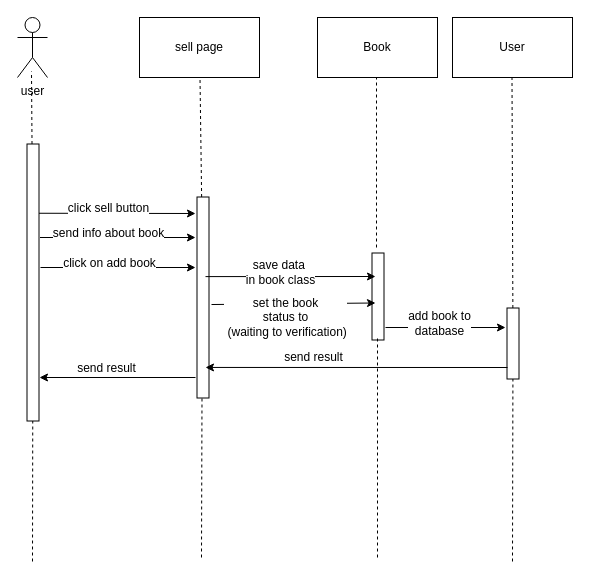
Above: Sequence Diagram/sequence-diagram-add-book-for-sell.drawio in m-bassiri/HamyarApp (draw.io), before the change. Source tidied: cells renumbered, new cells numbered last; positions are measured from the earlier drawing's top-left corner, leaving out a move shared by most shapes. Both pictures are drawn from the tidied source at 100%, with x=0, y=0 at pixel (-106, 17).
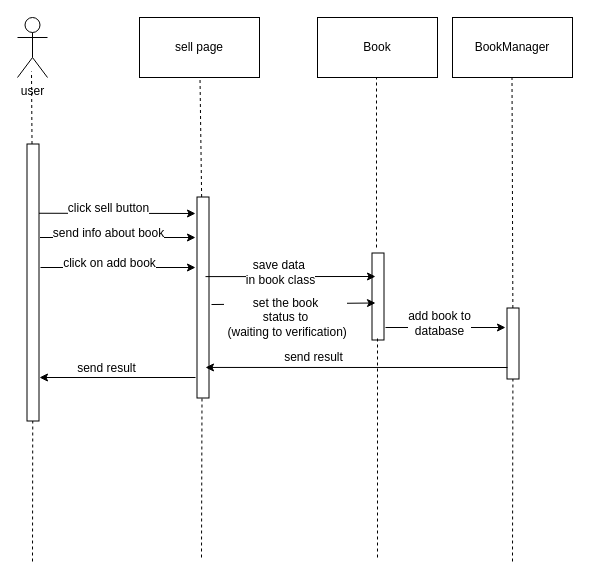
Above is the later version.

Change to the diagram source:
```diff
@@
-    <mxCell id="4" value="User" style="rounded=0;whiteSpace=wrap;html=1;" parent="1" vertex="1">
+    <mxCell id="4" value="&lt;span&gt;BookManager&lt;/span&gt;" style="rounded=0;whiteSpace=wrap;html=1;" parent="1" vertex="1">
       <mxGeometry x="558" width="120" height="60" as="geometry" />
     </mxCell>
```
